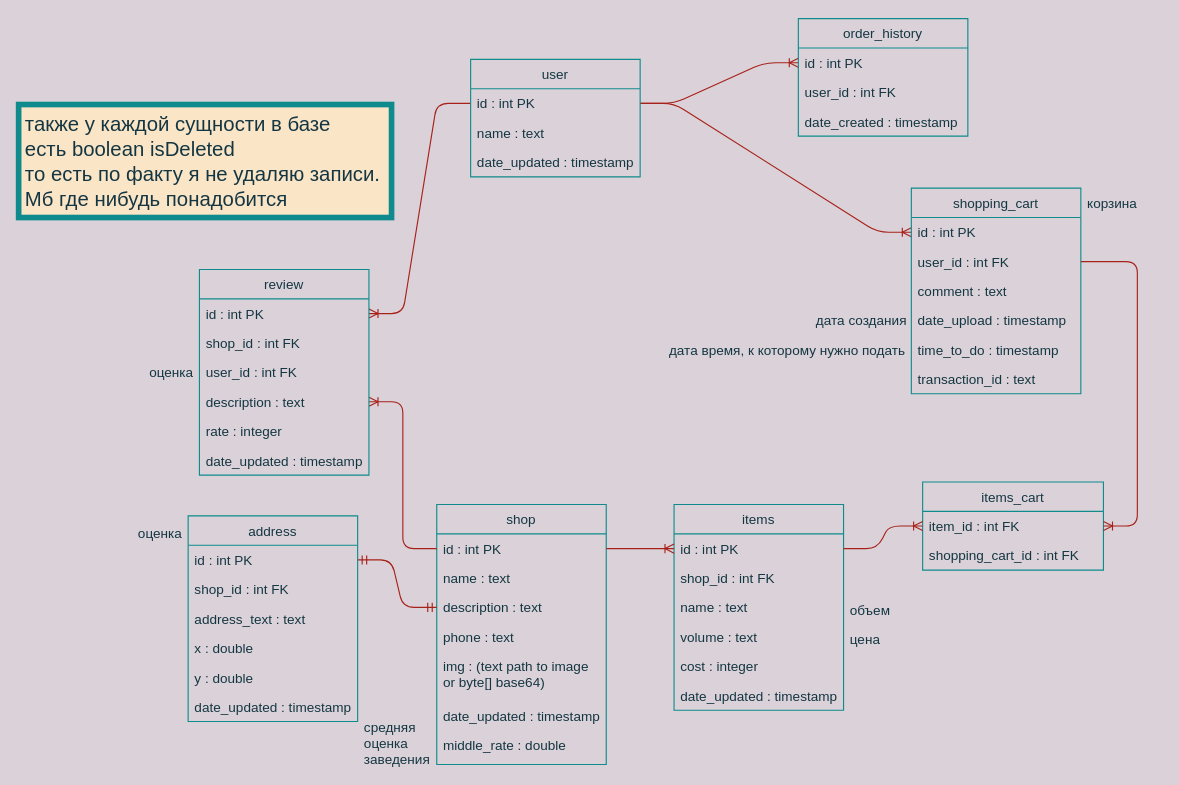
Before: no_sresso_bd.drawio in kaemetronon/coffee-back, a draw.io diagram. Source tidied: cells renumbered, new cells numbered last; positions are measured from the earlier drawing's top-left corner, leaving out a move shared by most shapes. Both pictures are drawn from the tidied source at 113%, with x=0, y=0 at pixel (18, 18).
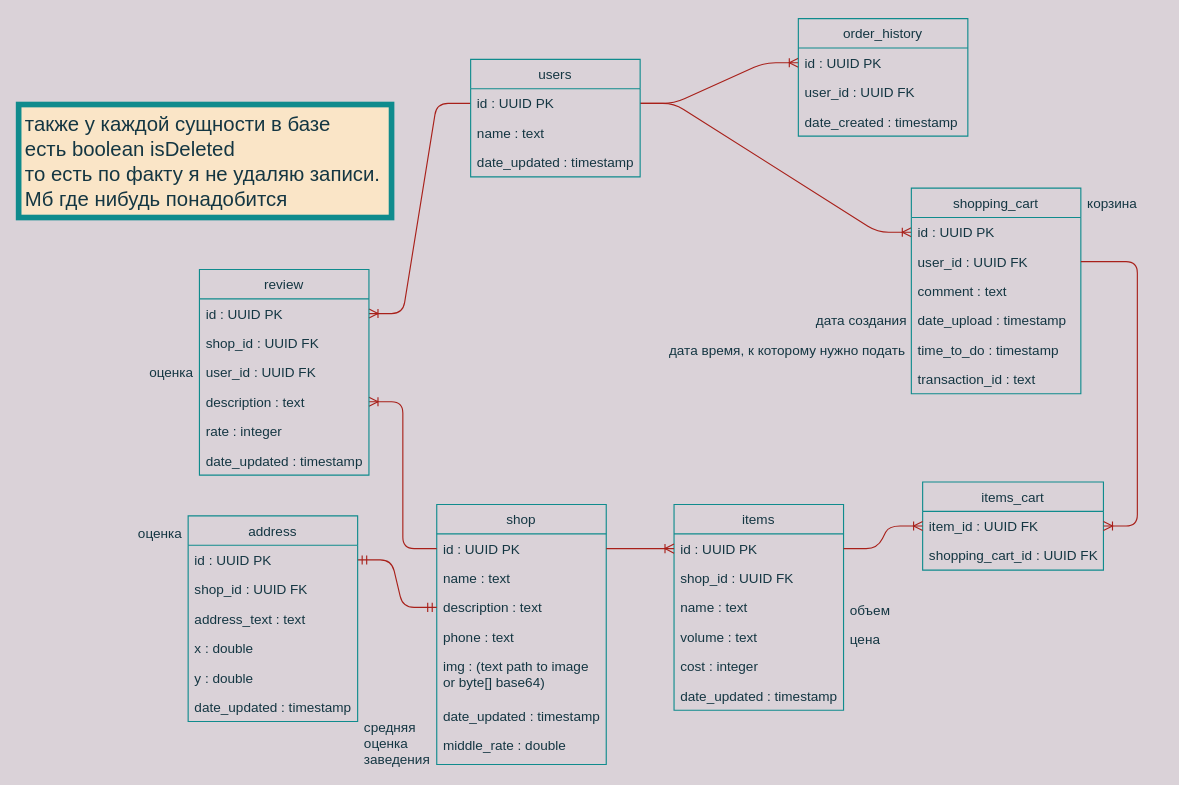
The same page after the edit.

The change refers to these unchanged cells:
```xml
<mxCell id="2" value="shop" style="swimlane;fontStyle=0;horizontal=1;startSize=26;fillColor=none;strokeColor=#0F8B8D;fontColor=#143642;" parent="1" vertex="1">
  <mxGeometry x="370" y="430" width="150" height="230" as="geometry" />
</mxCell>
<mxCell id="10" value="items" style="swimlane;fontStyle=0;horizontal=1;startSize=26;fillColor=none;strokeColor=#0F8B8D;fontColor=#143642;" parent="1" vertex="1">
  <mxGeometry x="580" y="430" width="150" height="182" as="geometry" />
</mxCell>
<mxCell id="31" value="review" style="swimlane;fontStyle=0;horizontal=1;startSize=26;fillColor=none;strokeColor=#0F8B8D;fontColor=#143642;" parent="1" vertex="1">
  <mxGeometry x="160" y="222" width="150" height="182" as="geometry" />
</mxCell>
<mxCell id="39" value="items_cart" style="swimlane;fontStyle=0;horizontal=1;startSize=26;fillColor=none;strokeColor=#0F8B8D;fontColor=#143642;" parent="1" vertex="1">
  <mxGeometry x="800" y="410" width="160" height="78" as="geometry" />
</mxCell>
<mxCell id="47" value="order_history" style="swimlane;fontStyle=0;horizontal=1;startSize=26;fillColor=none;strokeColor=#0F8B8D;fontColor=#143642;" parent="1" vertex="1">
  <mxGeometry x="690" width="150" height="104" as="geometry" />
</mxCell>
<mxCell id="51" value="shopping_cart" style="swimlane;fontStyle=0;horizontal=1;startSize=26;fillColor=none;strokeColor=#0F8B8D;fontColor=#143642;" parent="1" vertex="1">
  <mxGeometry x="790" y="150" width="150" height="182" as="geometry" />
</mxCell>
<mxCell id="59" value="address" style="swimlane;fontStyle=0;horizontal=1;startSize=26;fillColor=none;strokeColor=#0F8B8D;fontColor=#143642;" parent="1" vertex="1">
  <mxGeometry x="150" y="440" width="150" height="182" as="geometry" />
</mxCell>
```

Change to the diagram source:
```diff
@@
-    <mxCell id="3" value="id : int PK" style="text;strokeColor=none;fillColor=none;align=left;verticalAlign=top;spacingLeft=4;spacingRight=4;overflow=hidden;points=[[0,0.5],[1,0.5]];portConstraint=eastwest;fontColor=#143642;" parent="2" vertex="1">
+    <mxCell id="3" value="id : UUID PK" style="text;strokeColor=none;fillColor=none;align=left;verticalAlign=top;spacingLeft=4;spacingRight=4;overflow=hidden;points=[[0,0.5],[1,0.5]];portConstraint=eastwest;fontColor=#143642;" parent="2" vertex="1">
       <mxGeometry y="26" width="150" height="26" as="geometry" />
     </mxCell>
@@
-    <mxCell id="11" value="id : int PK" style="text;strokeColor=none;fillColor=none;align=left;verticalAlign=top;spacingLeft=4;spacingRight=4;overflow=hidden;points=[[0,0.5],[1,0.5]];portConstraint=eastwest;fontColor=#143642;" parent="10" vertex="1">
+    <mxCell id="11" value="id : UUID PK" style="text;strokeColor=none;fillColor=none;align=left;verticalAlign=top;spacingLeft=4;spacingRight=4;overflow=hidden;points=[[0,0.5],[1,0.5]];portConstraint=eastwest;fontColor=#143642;" parent="10" vertex="1">
       <mxGeometry y="26" width="150" height="26" as="geometry" />
     </mxCell>
-    <mxCell id="12" value="shop_id : int FK" style="text;strokeColor=none;fillColor=none;align=left;verticalAlign=top;spacingLeft=4;spacingRight=4;overflow=hidden;fontColor=#143642;" parent="10" vertex="1">
+    <mxCell id="12" value="shop_id : UUID FK" style="text;strokeColor=none;fillColor=none;align=left;verticalAlign=top;spacingLeft=4;spacingRight=4;overflow=hidden;fontColor=#143642;" parent="10" vertex="1">
       <mxGeometry y="52" width="150" height="26" as="geometry" />
     </mxCell>
@@
-    <mxCell id="32" value="id : int PK" style="text;strokeColor=none;fillColor=none;align=left;verticalAlign=top;spacingLeft=4;spacingRight=4;overflow=hidden;points=[[0,0.5],[1,0.5]];portConstraint=eastwest;fontColor=#143642;" parent="31" vertex="1">
+    <mxCell id="32" value="id : UUID PK" style="text;strokeColor=none;fillColor=none;align=left;verticalAlign=top;spacingLeft=4;spacingRight=4;overflow=hidden;points=[[0,0.5],[1,0.5]];portConstraint=eastwest;fontColor=#143642;" parent="31" vertex="1">
       <mxGeometry y="26" width="150" height="26" as="geometry" />
     </mxCell>
-    <mxCell id="33" value="shop_id : int FK" style="text;strokeColor=none;fillColor=none;align=left;verticalAlign=top;spacingLeft=4;spacingRight=4;overflow=hidden;fontColor=#143642;" parent="31" vertex="1">
+    <mxCell id="33" value="shop_id : UUID FK" style="text;strokeColor=none;fillColor=none;align=left;verticalAlign=top;spacingLeft=4;spacingRight=4;overflow=hidden;fontColor=#143642;" parent="31" vertex="1">
       <mxGeometry y="52" width="150" height="26" as="geometry" />
     </mxCell>
-    <mxCell id="34" value="user_id : int FK" style="text;strokeColor=none;fillColor=none;align=left;verticalAlign=top;spacingLeft=4;spacingRight=4;overflow=hidden;fontColor=#143642;" parent="31" vertex="1">
+    <mxCell id="34" value="user_id : UUID FK" style="text;strokeColor=none;fillColor=none;align=left;verticalAlign=top;spacingLeft=4;spacingRight=4;overflow=hidden;fontColor=#143642;" parent="31" vertex="1">
       <mxGeometry y="78" width="150" height="26" as="geometry" />
     </mxCell>
@@
-    <mxCell id="40" value="item_id : int FK" style="text;strokeColor=none;fillColor=none;align=left;verticalAlign=top;spacingLeft=4;spacingRight=4;overflow=hidden;points=[[0,0.5],[1,0.5]];portConstraint=eastwest;fontColor=#143642;" parent="39" vertex="1">
+    <mxCell id="40" value="item_id : UUID FK" style="text;strokeColor=none;fillColor=none;align=left;verticalAlign=top;spacingLeft=4;spacingRight=4;overflow=hidden;points=[[0,0.5],[1,0.5]];portConstraint=eastwest;fontColor=#143642;" parent="39" vertex="1">
       <mxGeometry y="26" width="160" height="26" as="geometry" />
     </mxCell>
-    <mxCell id="41" value="shopping_cart_id : int FK" style="text;strokeColor=none;fillColor=none;align=left;verticalAlign=top;spacingLeft=4;spacingRight=4;overflow=hidden;fontColor=#143642;" parent="39" vertex="1">
+    <mxCell id="41" value="shopping_cart_id : UUID FK" style="text;strokeColor=none;fillColor=none;align=left;verticalAlign=top;spacingLeft=4;spacingRight=4;overflow=hidden;fontColor=#143642;" parent="39" vertex="1">
       <mxGeometry y="52" width="160" height="26" as="geometry" />
     </mxCell>
@@
-    <mxCell id="43" value="user" style="swimlane;fontStyle=0;horizontal=1;startSize=26;fillColor=none;strokeColor=#0F8B8D;fontColor=#143642;" parent="1" vertex="1">
+    <mxCell id="43" value="users" style="swimlane;fontStyle=0;horizontal=1;startSize=26;fillColor=none;strokeColor=#0F8B8D;fontColor=#143642;" parent="1" vertex="1">
       <mxGeometry x="400" y="36" width="150" height="104" as="geometry" />
     </mxCell>
-    <mxCell id="44" value="id : int PK" style="text;strokeColor=none;fillColor=none;align=left;verticalAlign=top;spacingLeft=4;spacingRight=4;overflow=hidden;points=[[0,0.5],[1,0.5]];portConstraint=eastwest;fontColor=#143642;" parent="43" vertex="1">
+    <mxCell id="44" value="id : UUID PK" style="text;strokeColor=none;fillColor=none;align=left;verticalAlign=top;spacingLeft=4;spacingRight=4;overflow=hidden;points=[[0,0.5],[1,0.5]];portConstraint=eastwest;fontColor=#143642;" parent="43" vertex="1">
       <mxGeometry y="26" width="150" height="26" as="geometry" />
     </mxCell>
@@
-    <mxCell id="48" value="id : int PK" style="text;strokeColor=none;fillColor=none;align=left;verticalAlign=top;spacingLeft=4;spacingRight=4;overflow=hidden;points=[[0,0.5],[1,0.5]];portConstraint=eastwest;fontColor=#143642;" parent="47" vertex="1">
+    <mxCell id="48" value="id : UUID PK" style="text;strokeColor=none;fillColor=none;align=left;verticalAlign=top;spacingLeft=4;spacingRight=4;overflow=hidden;points=[[0,0.5],[1,0.5]];portConstraint=eastwest;fontColor=#143642;" parent="47" vertex="1">
       <mxGeometry y="26" width="150" height="26" as="geometry" />
     </mxCell>
-    <mxCell id="49" value="user_id : int FK" style="text;strokeColor=none;fillColor=none;align=left;verticalAlign=top;spacingLeft=4;spacingRight=4;overflow=hidden;fontColor=#143642;" parent="47" vertex="1">
+    <mxCell id="49" value="user_id : UUID FK" style="text;strokeColor=none;fillColor=none;align=left;verticalAlign=top;spacingLeft=4;spacingRight=4;overflow=hidden;fontColor=#143642;" parent="47" vertex="1">
       <mxGeometry y="52" width="150" height="26" as="geometry" />
     </mxCell>
@@
-    <mxCell id="52" value="id : int PK" style="text;strokeColor=none;fillColor=none;align=left;verticalAlign=top;spacingLeft=4;spacingRight=4;overflow=hidden;points=[[0,0.5],[1,0.5]];portConstraint=eastwest;fontColor=#143642;" parent="51" vertex="1">
+    <mxCell id="52" value="id : UUID PK" style="text;strokeColor=none;fillColor=none;align=left;verticalAlign=top;spacingLeft=4;spacingRight=4;overflow=hidden;points=[[0,0.5],[1,0.5]];portConstraint=eastwest;fontColor=#143642;" parent="51" vertex="1">
       <mxGeometry y="26" width="150" height="26" as="geometry" />
     </mxCell>
-    <mxCell id="53" value="user_id : int FK" style="text;strokeColor=none;fillColor=none;align=left;verticalAlign=top;spacingLeft=4;spacingRight=4;overflow=hidden;points=[[0,0.5],[1,0.5]];portConstraint=eastwest;fontColor=#143642;" parent="51" vertex="1">
+    <mxCell id="53" value="user_id : UUID FK" style="text;strokeColor=none;fillColor=none;align=left;verticalAlign=top;spacingLeft=4;spacingRight=4;overflow=hidden;points=[[0,0.5],[1,0.5]];portConstraint=eastwest;fontColor=#143642;" parent="51" vertex="1">
       <mxGeometry y="52" width="150" height="26" as="geometry" />
     </mxCell>
@@
-    <mxCell id="60" value="id : int PK" style="text;strokeColor=none;fillColor=none;align=left;verticalAlign=top;spacingLeft=4;spacingRight=4;overflow=hidden;points=[[0,0.5],[1,0.5]];portConstraint=eastwest;fontColor=#143642;" parent="59" vertex="1">
+    <mxCell id="60" value="id : UUID PK" style="text;strokeColor=none;fillColor=none;align=left;verticalAlign=top;spacingLeft=4;spacingRight=4;overflow=hidden;points=[[0,0.5],[1,0.5]];portConstraint=eastwest;fontColor=#143642;" parent="59" vertex="1">
       <mxGeometry y="26" width="150" height="26" as="geometry" />
     </mxCell>
-    <mxCell id="61" value="shop_id : int FK" style="text;strokeColor=none;fillColor=none;align=left;verticalAlign=top;spacingLeft=4;spacingRight=4;overflow=hidden;fontColor=#143642;" parent="59" vertex="1">
+    <mxCell id="61" value="shop_id : UUID FK" style="text;strokeColor=none;fillColor=none;align=left;verticalAlign=top;spacingLeft=4;spacingRight=4;overflow=hidden;fontColor=#143642;" parent="59" vertex="1">
       <mxGeometry y="52" width="150" height="26" as="geometry" />
     </mxCell>
```
